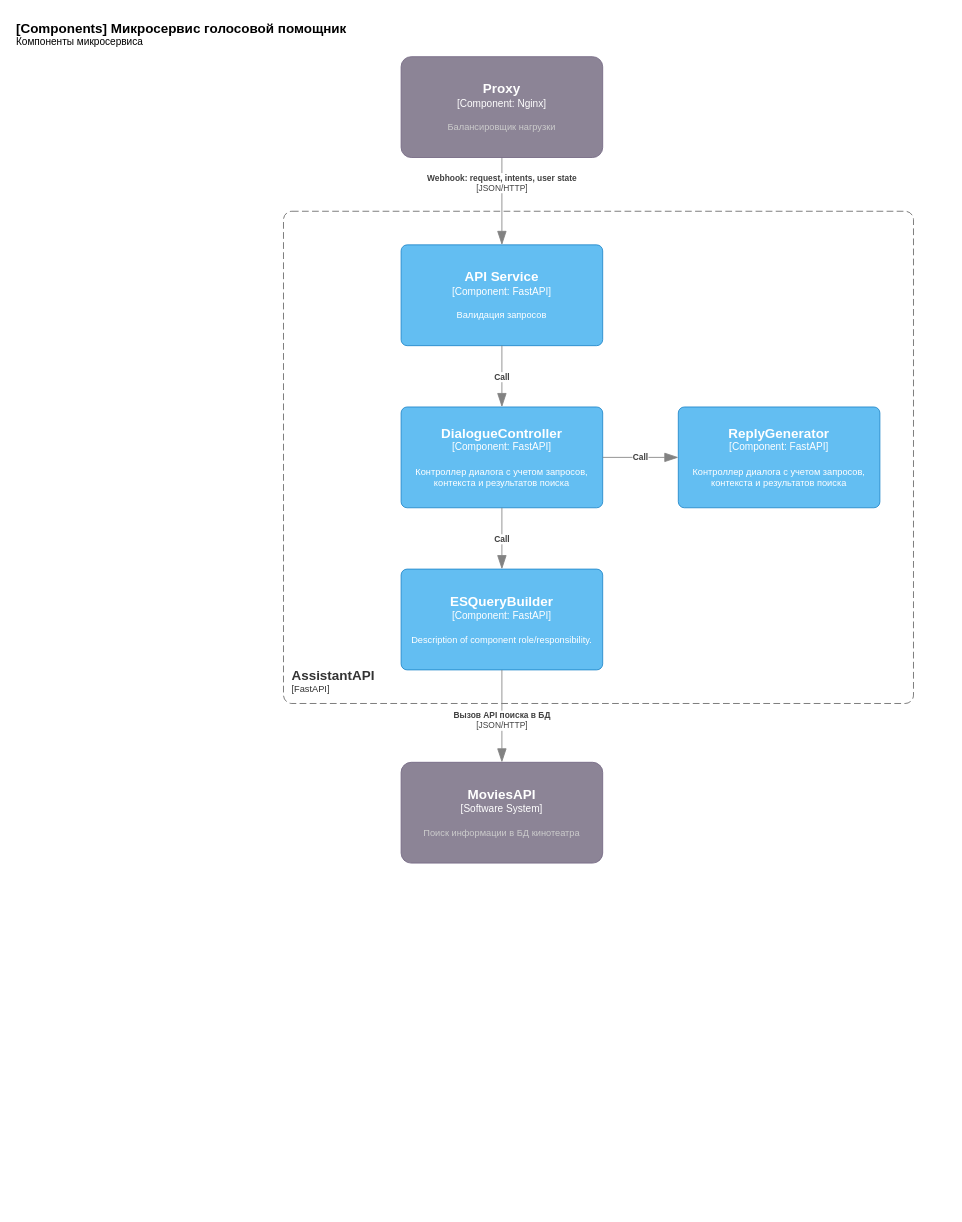
Before: page "Components" (5 of 5) of docs/assistant.drawio in mkosinov/practicum_graduate_work, a draw.io diagram. Source tidied: cells renumbered, new cells numbered last; positions are measured from the earlier drawing's top-left corner, leaving out a move shared by most shapes. Both pictures are drawn from the tidied source at 84%, with x=0, y=0 at pixel (14, 14).
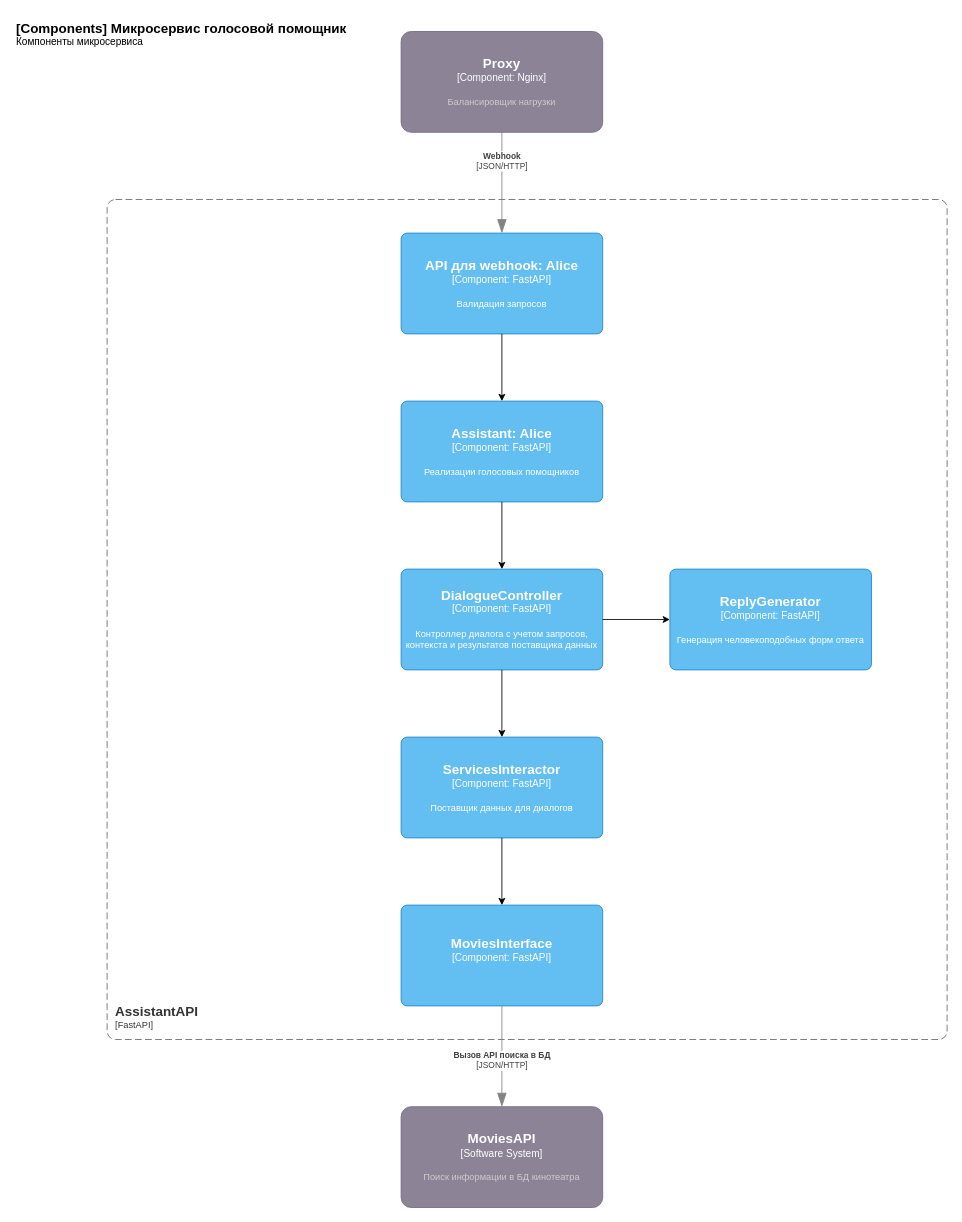
The same diagram, later.

Commit message (it also covers changes not shown here):
update drawio component schema, add sequence diagram "user first request"

The edit, as a diff of the source:
```diff
@@
     <object id="3" label="&lt;font style=&quot;font-size: 16px&quot;&gt;&lt;b&gt;&lt;div style=&quot;text-align: left&quot;&gt;%c4Name%&lt;/div&gt;&lt;/b&gt;&lt;/font&gt;&lt;div style=&quot;text-align: left&quot;&gt;[%c4Application%]&lt;/div&gt;" c4Application="FastAPI" c4Name="AssistantAPI" placeholders="1">
       <mxCell style="rounded=1;fontSize=11;whiteSpace=wrap;html=1;dashed=1;arcSize=20;fillColor=none;strokeColor=#666666;fontColor=#333333;labelBackgroundColor=none;align=left;verticalAlign=bottom;labelBorderColor=none;spacingTop=0;spacing=10;dashPattern=8 4;perimeter=rectanglePerimeter;noLabel=0;labelPadding=0;absoluteArcSize=1;" parent="1" vertex="1">
-        <mxGeometry x="320" y="234" width="750" height="586" as="geometry" />
+        <mxGeometry x="110" y="220" width="1000" height="1000" as="geometry" />
       </mxCell>
     </object>
-    <object id="4" label="&lt;div style=&quot;text-align: left&quot;&gt;&lt;div style=&quot;text-align: center&quot;&gt;&lt;b&gt;%c4Description%&lt;/b&gt;&lt;/div&gt;&lt;div style=&quot;text-align: center&quot;&gt;[%c4Technology%]&lt;/div&gt;&lt;/div&gt;" c4Description="Webhook: request, intents, user state" c4Technology="JSON/HTTP" placeholders="1">
-      <mxCell style="endArrow=blockThin;html=1;fontSize=10;fontColor=#404040;strokeWidth=1;endFill=1;strokeColor=#828282;elbow=vertical;endSize=14;startSize=14;jumpStyle=arc;jumpSize=16;rounded=0;edgeStyle=orthogonalEdgeStyle;entryX=0.5;entryY=0;entryDx=0;entryDy=0;entryPerimeter=0;startArrow=none;startFill=0;" parent="1" edge="1" source="14">
-        <mxGeometry x="-0.43" relative="1" as="geometry">
-          <mxPoint x="580" y="274" as="targetPoint" />
-        </mxGeometry>
+    <object id="4" label="&lt;div style=&quot;text-align: left&quot;&gt;&lt;div style=&quot;text-align: center&quot;&gt;&lt;b&gt;%c4Description%&lt;/b&gt;&lt;/div&gt;&lt;div style=&quot;text-align: center&quot;&gt;[%c4Technology%]&lt;/div&gt;&lt;/div&gt;" c4Description="Webhook" c4Technology="JSON/HTTP" placeholders="1">
+      <mxCell style="endArrow=blockThin;html=1;fontSize=10;fontColor=#404040;strokeWidth=1;endFill=1;strokeColor=#828282;elbow=vertical;endSize=14;startSize=14;jumpStyle=arc;jumpSize=16;rounded=0;edgeStyle=orthogonalEdgeStyle;entryX=0.5;entryY=0;entryDx=0;entryDy=0;entryPerimeter=0;startArrow=none;startFill=0;" parent="1" edge="1" source="14" target="6">
+        <mxGeometry x="-0.43" relative="1" as="geometry" />
       </mxCell>
     </object>
     <object id="5" label="&lt;font style=&quot;font-size: 16px&quot;&gt;&lt;b&gt;%c4Name%&lt;/b&gt;&lt;/font&gt;&lt;div&gt;[%c4Type%]&lt;/div&gt;&lt;br&gt;&lt;div&gt;&lt;font style=&quot;font-size: 11px&quot;&gt;&lt;font color=&quot;#cccccc&quot;&gt;%c4Description%&lt;/font&gt;&lt;/div&gt;" c4Description="Поиск информации в БД кинотеатра" c4Name="MoviesAPI" c4Type="Software System" placeholders="1">
       <mxCell style="rounded=1;whiteSpace=wrap;html=1;labelBackgroundColor=none;fillColor=#8C8496;fontColor=#ffffff;align=center;arcSize=10;strokeColor=#736782;points=[[0.25,0,0],[0.5,0,0],[0.75,0,0],[1,0.25,0],[1,0.5,0],[1,0.75,0],[0.75,1,0],[0.5,1,0],[0.25,1,0],[0,0.75,0],[0,0.5,0],[0,0.25,0]];" parent="1" vertex="1">
-        <mxGeometry x="460" y="890" width="240" height="120" as="geometry" />
+        <mxGeometry x="460" y="1300" width="240" height="120" as="geometry" />
       </mxCell>
     </object>
-    <object id="6" label="&lt;font style=&quot;font-size: 16px&quot;&gt;&lt;b&gt;%c4Name%&lt;/b&gt;&lt;/font&gt;&lt;div&gt;[%c4Type%: %c4Technology%]&lt;/div&gt;&lt;br&gt;&lt;div&gt;&lt;font style=&quot;font-size: 11px&quot;&gt;%c4Description%&lt;/font&gt;&lt;/div&gt;" c4Description="Валидация запросов" c4Name="API Service" c4Technology="FastAPI" c4Type="Component" placeholders="1">
+    <object id="6" label="&lt;font style=&quot;font-size: 16px&quot;&gt;&lt;b&gt;%c4Name%&lt;/b&gt;&lt;/font&gt;&lt;div&gt;[%c4Type%: %c4Technology%]&lt;/div&gt;&lt;br&gt;&lt;div&gt;&lt;font style=&quot;font-size: 11px&quot;&gt;%c4Description%&lt;/font&gt;&lt;/div&gt;" c4Description="Валидация запросов" c4Name="API для webhook: Alice" c4Technology="FastAPI" c4Type="Component" placeholders="1">
       <mxCell style="rounded=1;whiteSpace=wrap;html=1;labelBackgroundColor=none;fillColor=#63BEF2;fontColor=#ffffff;align=center;arcSize=6;strokeColor=#2086C9;points=[[0.25,0,0],[0.5,0,0],[0.75,0,0],[1,0.25,0],[1,0.5,0],[1,0.75,0],[0.75,1,0],[0.5,1,0],[0.25,1,0],[0,0.75,0],[0,0.5,0],[0,0.25,0]];" parent="1" vertex="1">
-        <mxGeometry x="460" y="274" width="240" height="120" as="geometry" />
+        <mxGeometry x="460" y="260" width="240" height="120" as="geometry" />
       </mxCell>
     </object>
-    <object id="7" label="&lt;font style=&quot;font-size: 16px&quot;&gt;&lt;b&gt;%c4Name%&lt;/b&gt;&lt;/font&gt;&lt;div&gt;[%c4Type%: %c4Technology%]&lt;/div&gt;&lt;br&gt;&lt;div&gt;&lt;font style=&quot;font-size: 11px&quot;&gt;%c4Description%&lt;/font&gt;&lt;/div&gt;" c4Description="Description of component role/responsibility." c4Name="ESQueryBuilder" c4Technology="FastAPI" c4Type="Component" placeholders="1">
+    <object id="7" label="&lt;font style=&quot;font-size: 16px&quot;&gt;&lt;b&gt;%c4Name%&lt;/b&gt;&lt;/font&gt;&lt;div&gt;[%c4Type%: %c4Technology%]&lt;/div&gt;&lt;br&gt;&lt;div&gt;&lt;font style=&quot;font-size: 11px&quot;&gt;%c4Description%&lt;/font&gt;&lt;/div&gt;" c4Description="" c4Name="MoviesInterface" c4Technology="FastAPI" c4Type="Component" placeholders="1">
       <mxCell style="rounded=1;whiteSpace=wrap;html=1;labelBackgroundColor=none;fillColor=#63BEF2;fontColor=#ffffff;align=center;arcSize=6;strokeColor=#2086C9;points=[[0.25,0,0],[0.5,0,0],[0.75,0,0],[1,0.25,0],[1,0.5,0],[1,0.75,0],[0.75,1,0],[0.5,1,0],[0.25,1,0],[0,0.75,0],[0,0.5,0],[0,0.25,0]];" parent="1" vertex="1">
-        <mxGeometry x="460" y="660" width="240" height="120" as="geometry" />
+        <mxGeometry x="460" y="1060" width="240" height="120" as="geometry" />
       </mxCell>
     </object>
-    <object id="8" label="&lt;font style=&quot;font-size: 16px&quot;&gt;&lt;b&gt;%c4Name%&lt;/b&gt;&lt;/font&gt;&lt;div&gt;[%c4Type%: %c4Technology%]&lt;/div&gt;&lt;br&gt;&lt;div&gt;&lt;font style=&quot;font-size: 11px&quot;&gt;%c4Description%&lt;/font&gt;&lt;/div&gt;" c4Description="Контроллер диалога с учетом запросов, контекста и результатов поиска" c4Name="DialogueController" c4Technology="FastAPI" c4Type="Component" placeholders="1">
+    <object id="8" label="&lt;font style=&quot;font-size: 16px&quot;&gt;&lt;b&gt;%c4Name%&lt;/b&gt;&lt;/font&gt;&lt;div&gt;[%c4Type%: %c4Technology%]&lt;/div&gt;&lt;br&gt;&lt;div&gt;&lt;font style=&quot;font-size: 11px&quot;&gt;%c4Description%&lt;/font&gt;&lt;/div&gt;" c4Description="Контроллер диалога с учетом запросов, контекста и результатов поставщика данных" c4Name="DialogueController" c4Technology="FastAPI" c4Type="Component" placeholders="1">
       <mxCell style="rounded=1;whiteSpace=wrap;html=1;labelBackgroundColor=none;fillColor=#63BEF2;fontColor=#ffffff;align=center;arcSize=6;strokeColor=#2086C9;points=[[0.25,0,0],[0.5,0,0],[0.75,0,0],[1,0.25,0],[1,0.5,0],[1,0.75,0],[0.75,1,0],[0.5,1,0],[0.25,1,0],[0,0.75,0],[0,0.5,0],[0,0.25,0]];" parent="1" vertex="1">
-        <mxGeometry x="460" y="467" width="240" height="120" as="geometry" />
+        <mxGeometry x="460" y="660" width="240" height="120" as="geometry" />
       </mxCell>
     </object>
-    <object id="9" label="&lt;div style=&quot;text-align: left&quot;&gt;&lt;div style=&quot;text-align: center&quot;&gt;&lt;b&gt;%c4Description%&lt;/b&gt;&lt;/div&gt;" c4Description="Call" placeholders="1">
-      <mxCell style="endArrow=blockThin;html=1;fontSize=10;fontColor=#404040;strokeWidth=1;endFill=1;strokeColor=#828282;elbow=vertical;endSize=14;startSize=14;jumpStyle=arc;jumpSize=16;rounded=0;edgeStyle=orthogonalEdgeStyle;exitX=0.5;exitY=1;exitDx=0;exitDy=0;exitPerimeter=0;entryX=0.5;entryY=0;entryDx=0;entryDy=0;entryPerimeter=0;startArrow=none;startFill=0;" parent="1" edge="1" source="6" target="8">
-        <mxGeometry relative="1" as="geometry" />
-      </mxCell>
-    </object>
-    <object id="10" label="&lt;div style=&quot;text-align: left&quot;&gt;&lt;div style=&quot;text-align: center&quot;&gt;&lt;b&gt;%c4Description%&lt;/b&gt;&lt;/div&gt;" c4Description="Call" placeholders="1">
-      <mxCell style="endArrow=blockThin;html=1;fontSize=10;fontColor=#404040;strokeWidth=1;endFill=1;strokeColor=#828282;elbow=vertical;endSize=14;startSize=14;jumpStyle=arc;jumpSize=16;rounded=0;edgeStyle=orthogonalEdgeStyle;exitX=0.5;exitY=1;exitDx=0;exitDy=0;exitPerimeter=0;entryX=0.5;entryY=0;entryDx=0;entryDy=0;entryPerimeter=0;" parent="1" edge="1" source="8" target="7">
-        <mxGeometry relative="1" as="geometry">
-          <Array as="points">
-            <mxPoint x="580" y="600" />
-            <mxPoint x="580" y="600" />
-          </Array>
-        </mxGeometry>
-      </mxCell>
-    </object>
@@
-    <object id="12" label="&lt;font style=&quot;font-size: 16px&quot;&gt;&lt;b&gt;%c4Name%&lt;/b&gt;&lt;/font&gt;&lt;div&gt;[%c4Type%: %c4Technology%]&lt;/div&gt;&lt;br&gt;&lt;div&gt;&lt;font style=&quot;font-size: 11px&quot;&gt;%c4Description%&lt;/font&gt;&lt;/div&gt;" c4Description="Контроллер диалога с учетом запросов, контекста и результатов поиска" c4Name="ReplyGenerator" c4Technology="FastAPI" c4Type="Component" placeholders="1">
+    <object id="12" label="&lt;font style=&quot;font-size: 16px&quot;&gt;&lt;b&gt;%c4Name%&lt;/b&gt;&lt;/font&gt;&lt;div&gt;[%c4Type%: %c4Technology%]&lt;/div&gt;&lt;br&gt;&lt;div&gt;&lt;font style=&quot;font-size: 11px&quot;&gt;%c4Description%&lt;/font&gt;&lt;/div&gt;" c4Description="Генерация человекоподобных форм ответа" c4Name="ReplyGenerator" c4Technology="FastAPI" c4Type="Component" placeholders="1">
       <mxCell style="rounded=1;whiteSpace=wrap;html=1;labelBackgroundColor=none;fillColor=#63BEF2;fontColor=#ffffff;align=center;arcSize=6;strokeColor=#2086C9;points=[[0.25,0,0],[0.5,0,0],[0.75,0,0],[1,0.25,0],[1,0.5,0],[1,0.75,0],[0.75,1,0],[0.5,1,0],[0.25,1,0],[0,0.75,0],[0,0.5,0],[0,0.25,0]];" parent="1" vertex="1">
-        <mxGeometry x="790" y="467" width="240" height="120" as="geometry" />
+        <mxGeometry x="780" y="660" width="240" height="120" as="geometry" />
       </mxCell>
     </object>
+    <object id="14" label="&lt;font style=&quot;font-size: 16px&quot;&gt;&lt;b&gt;%c4Name%&lt;/b&gt;&lt;/font&gt;&lt;div&gt;[%c4Type%]&lt;/div&gt;&lt;br&gt;&lt;div&gt;&lt;font style=&quot;font-size: 11px&quot;&gt;&lt;font color=&quot;#cccccc&quot;&gt;%c4Description%&lt;/font&gt;&lt;/div&gt;" c4Description="Балансировщик нагрузки" c4Name="Proxy" c4Type="Component: Nginx" placeholders="1">
+      <mxCell style="rounded=1;whiteSpace=wrap;html=1;labelBackgroundColor=none;fillColor=#8C8496;fontColor=#ffffff;align=center;arcSize=10;strokeColor=#736782;points=[[0.25,0,0],[0.5,0,0],[0.75,0,0],[1,0.25,0],[1,0.5,0],[1,0.75,0],[0.75,1,0],[0.5,1,0],[0.25,1,0],[0,0.75,0],[0,0.5,0],[0,0.25,0]];" parent="1" vertex="1">
+        <mxGeometry x="460" y="20" width="240" height="120" as="geometry" />
+      </mxCell>
+    </object>
+    <object id="15" label="&lt;font style=&quot;font-size: 16px&quot;&gt;&lt;b&gt;%c4Name%&lt;/b&gt;&lt;/font&gt;&lt;div&gt;[%c4Type%: %c4Technology%]&lt;/div&gt;&lt;br&gt;&lt;div&gt;&lt;font style=&quot;font-size: 11px&quot;&gt;%c4Description%&lt;/font&gt;&lt;/div&gt;" c4Description="Реализации голосовых помощников" c4Name="Assistant: Alice" c4Technology="FastAPI" c4Type="Component" placeholders="1">
+      <mxCell style="rounded=1;whiteSpace=wrap;html=1;labelBackgroundColor=none;fillColor=#63BEF2;fontColor=#ffffff;align=center;arcSize=6;strokeColor=#2086C9;points=[[0.25,0,0],[0.5,0,0],[0.75,0,0],[1,0.25,0],[1,0.5,0],[1,0.75,0],[0.75,1,0],[0.5,1,0],[0.25,1,0],[0,0.75,0],[0,0.5,0],[0,0.25,0]];" parent="1" vertex="1">
+        <mxGeometry x="460" y="460" width="240" height="120" as="geometry" />
+      </mxCell>
+    </object>
+    <mxCell id="16" style="edgeStyle=orthogonalEdgeStyle;rounded=0;jettySize=auto;html=1;exitX=0.5;exitY=1;exitDx=0;exitDy=0;exitPerimeter=0;entryX=0.5;entryY=0;entryDx=0;entryDy=0;entryPerimeter=0;" parent="1" edge="1" source="6" target="15">
+      <mxGeometry relative="1" as="geometry" />
+    </mxCell>
+    <object id="17" label="&lt;font style=&quot;font-size: 16px&quot;&gt;&lt;b&gt;%c4Name%&lt;/b&gt;&lt;/font&gt;&lt;div&gt;[%c4Type%: %c4Technology%]&lt;/div&gt;&lt;br&gt;&lt;div&gt;&lt;font style=&quot;font-size: 11px&quot;&gt;%c4Description%&lt;/font&gt;&lt;/div&gt;" c4Description="Поставщик данных для диалогов" c4Name="ServicesInteractor" c4Technology="FastAPI" c4Type="Component" placeholders="1">
+      <mxCell style="rounded=1;whiteSpace=wrap;html=1;labelBackgroundColor=none;fillColor=#63BEF2;fontColor=#ffffff;align=center;arcSize=6;strokeColor=#2086C9;points=[[0.25,0,0],[0.5,0,0],[0.75,0,0],[1,0.25,0],[1,0.5,0],[1,0.75,0],[0.75,1,0],[0.5,1,0],[0.25,1,0],[0,0.75,0],[0,0.5,0],[0,0.25,0]];" parent="1" vertex="1">
+        <mxGeometry x="460" y="860" width="240" height="120" as="geometry" />
+      </mxCell>
+    </object>
+    <mxCell id="18" style="edgeStyle=orthogonalEdgeStyle;rounded=0;jettySize=auto;html=1;exitX=0.5;exitY=1;exitDx=0;exitDy=0;exitPerimeter=0;entryX=0.5;entryY=0;entryDx=0;entryDy=0;entryPerimeter=0;" parent="1" edge="1" source="15" target="8">
+      <mxGeometry relative="1" as="geometry" />
+    </mxCell>
-    <object id="13" label="&lt;div style=&quot;text-align: left&quot;&gt;&lt;div style=&quot;text-align: center&quot;&gt;&lt;b&gt;%c4Description%&lt;/b&gt;&lt;/div&gt;" c4Description="Call" placeholders="1">
-      <mxCell style="endArrow=blockThin;html=1;fontSize=10;fontColor=#404040;strokeWidth=1;endFill=1;strokeColor=#828282;elbow=vertical;endSize=14;startSize=14;jumpStyle=arc;jumpSize=16;rounded=0;edgeStyle=orthogonalEdgeStyle;exitX=1;exitY=0.5;exitDx=0;exitDy=0;exitPerimeter=0;entryX=0;entryY=0.5;entryDx=0;entryDy=0;entryPerimeter=0;" parent="1" edge="1" source="8" target="12">
-        <mxGeometry relative="1" as="geometry">
-          <Array as="points">
-            <mxPoint x="790" y="527" />
-            <mxPoint x="790" y="527" />
-          </Array>
-        </mxGeometry>
-      </mxCell>
-    </object>
+    <mxCell id="13" style="edgeStyle=orthogonalEdgeStyle;rounded=0;jettySize=auto;html=1;exitX=1;exitY=0.5;exitDx=0;exitDy=0;exitPerimeter=0;entryX=0;entryY=0.5;entryDx=0;entryDy=0;entryPerimeter=0;" parent="1" edge="1" source="8" target="12">
+      <mxGeometry relative="1" as="geometry" />
+    </mxCell>
-    <object id="14" label="&lt;font style=&quot;font-size: 16px&quot;&gt;&lt;b&gt;%c4Name%&lt;/b&gt;&lt;/font&gt;&lt;div&gt;[%c4Type%]&lt;/div&gt;&lt;br&gt;&lt;div&gt;&lt;font style=&quot;font-size: 11px&quot;&gt;&lt;font color=&quot;#cccccc&quot;&gt;%c4Description%&lt;/font&gt;&lt;/div&gt;" c4Description="Балансировщик нагрузки" c4Name="Proxy" c4Type="Component: Nginx" placeholders="1">
-      <mxCell style="rounded=1;whiteSpace=wrap;html=1;labelBackgroundColor=none;fillColor=#8C8496;fontColor=#ffffff;align=center;arcSize=10;strokeColor=#736782;points=[[0.25,0,0],[0.5,0,0],[0.75,0,0],[1,0.25,0],[1,0.5,0],[1,0.75,0],[0.75,1,0],[0.5,1,0],[0.25,1,0],[0,0.75,0],[0,0.5,0],[0,0.25,0]];" parent="1" vertex="1">
-        <mxGeometry x="460" y="50" width="240" height="120" as="geometry" />
-      </mxCell>
-    </object>
+    <mxCell id="19" style="edgeStyle=orthogonalEdgeStyle;rounded=0;jettySize=auto;html=1;exitX=0.5;exitY=1;exitDx=0;exitDy=0;exitPerimeter=0;entryX=0.5;entryY=0;entryDx=0;entryDy=0;entryPerimeter=0;" parent="1" edge="1" source="8" target="17">
+      <mxGeometry relative="1" as="geometry" />
+    </mxCell>
+    <mxCell id="20" style="edgeStyle=orthogonalEdgeStyle;rounded=0;jettySize=auto;html=1;exitX=0.5;exitY=1;exitDx=0;exitDy=0;exitPerimeter=0;entryX=0.5;entryY=0;entryDx=0;entryDy=0;entryPerimeter=0;" parent="1" edge="1" source="17" target="7">
+      <mxGeometry relative="1" as="geometry" />
+    </mxCell>
```
